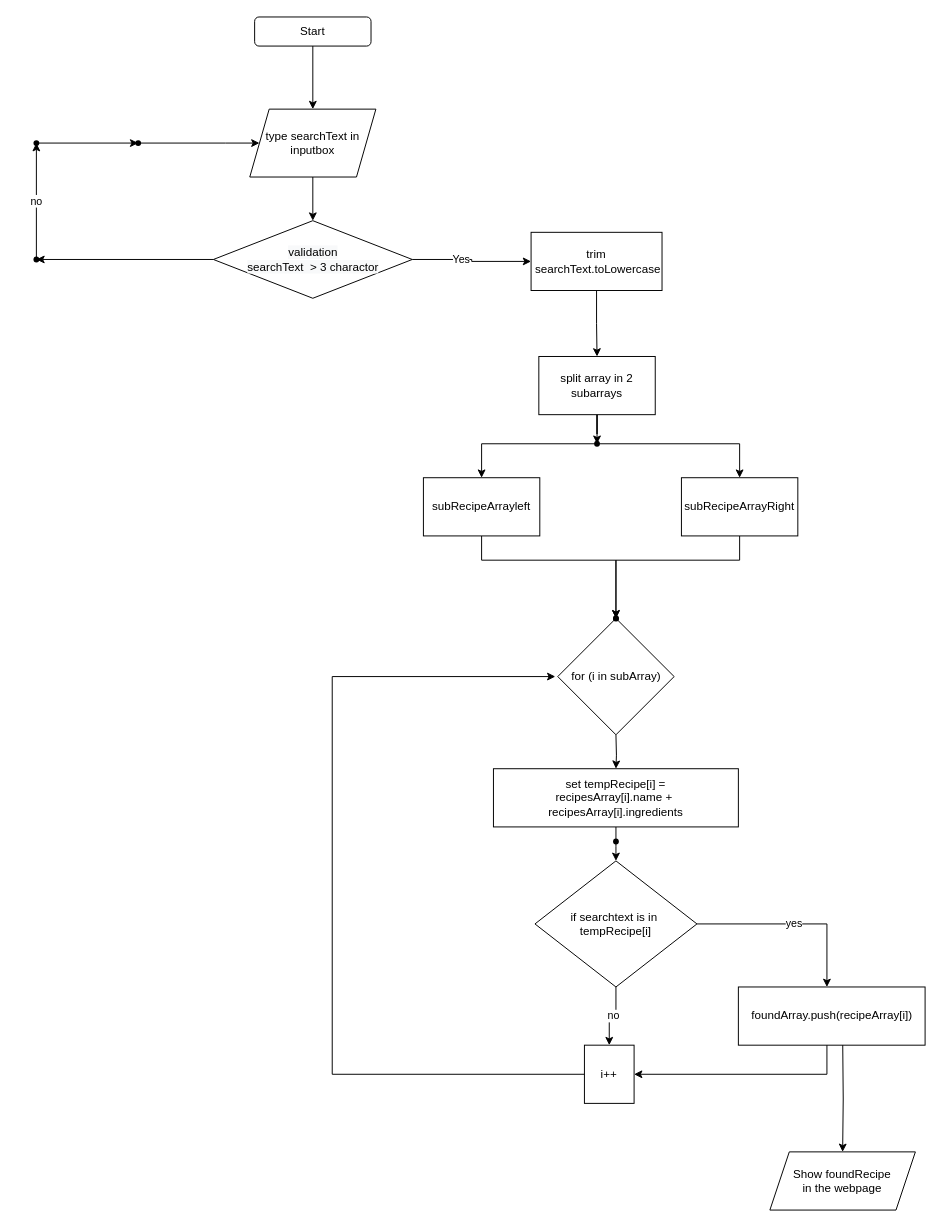
This is page "Page-1" (1 of 2) of algo2.drawio from Kunkanya/KunkanyaRemmer_7_06052021, a draw.io file, before an edit. Source tidied: cells renumbered, new cells numbered last; positions are measured from the earlier drawing's top-left corner, leaving out a move shared by most shapes. Both pictures are drawn from the tidied source at 97%, with x=0, y=0 at pixel (16, 16).
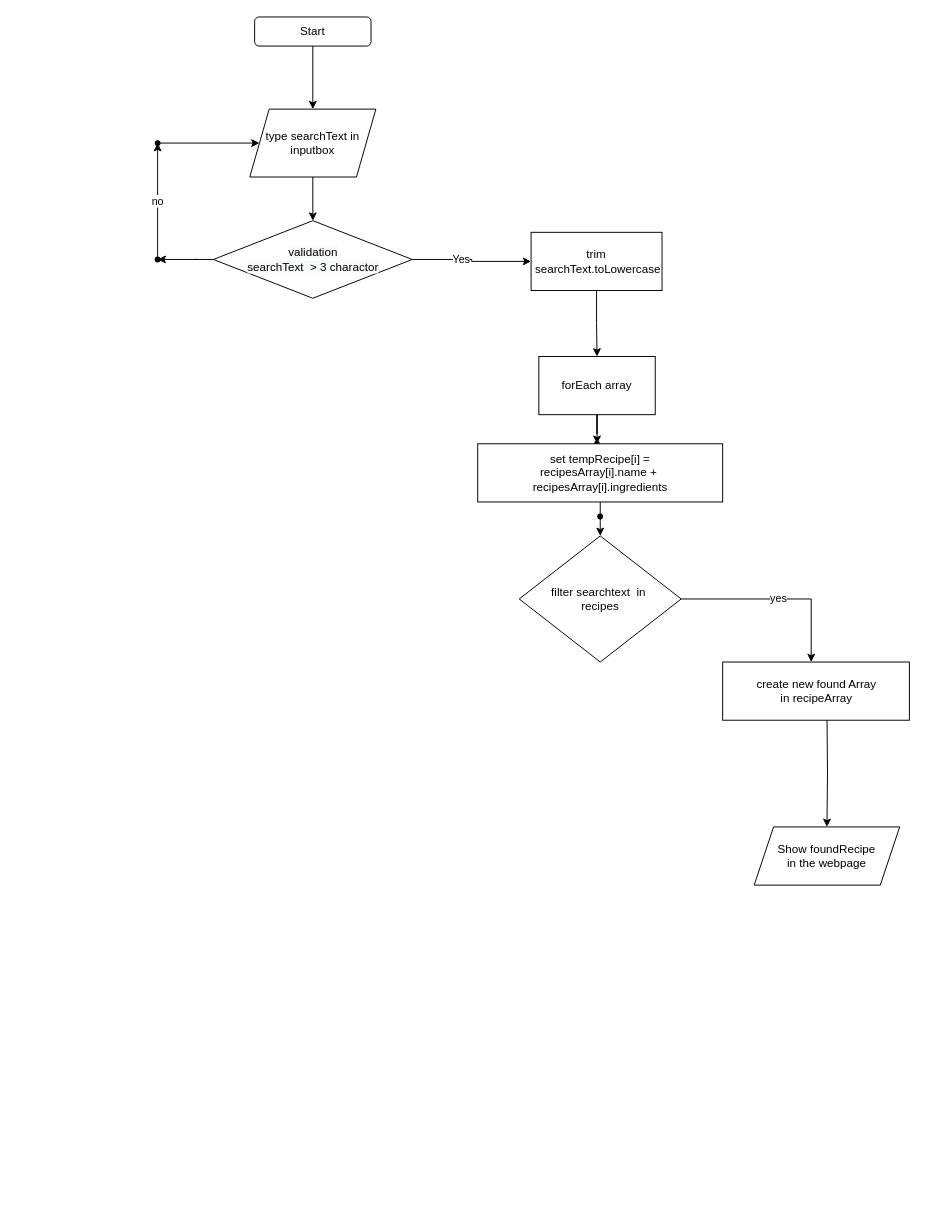
After the change.

Unchanged cells that the change refers to:
```xml
<mxCell id="11" value="&lt;span&gt;type searchText in inputbox&lt;/span&gt;" style="shape=parallelogram;perimeter=parallelogramPerimeter;whiteSpace=wrap;html=1;fixedSize=1;size=20;" parent="1" vertex="1">
  <mxGeometry x="240" y="95" width="130" height="70" as="geometry" />
</mxCell>
<mxCell id="26" style="shape=waypoint;size=6;points=[];fillColor=rgba(255, 255, 255, 1);perimeter=centerPerimeter;snapToPoint=1;rounded=0;" parent="1" vertex="1">
  <mxGeometry x="578" y="420" width="40" height="40" as="geometry" />
</mxCell>
```

The edit, as a diff of the source:
```diff
@@
-    <mxCell id="12" value="no" style="edgeStyle=orthogonalEdgeStyle;rounded=0;jettySize=auto;html=1;" parent="1" edge="1" source="13" target="15">
-      <mxGeometry relative="1" as="geometry" />
-    </mxCell>
+    <mxCell id="43" value="no" style="edgeStyle=orthogonalEdgeStyle;rounded=0;jettySize=auto;html=1;" parent="1" edge="1" source="13" target="45">
+      <mxGeometry relative="1" as="geometry" />
+    </mxCell>
     <mxCell id="13" style="shape=waypoint;size=6;points=[];fillColor=rgba(255, 255, 255, 1);perimeter=centerPerimeter;snapToPoint=1;" parent="1" vertex="1">
-      <mxGeometry y="230" width="40" height="40" as="geometry" />
+      <mxGeometry x="125" y="230" width="40" height="40" as="geometry" />
     </mxCell>
-    <mxCell id="14" style="edgeStyle=orthogonalEdgeStyle;rounded=0;jettySize=auto;html=1;" parent="1" edge="1" source="15" target="17">
-      <mxGeometry relative="1" as="geometry" />
-    </mxCell>
-    <mxCell id="15" style="shape=waypoint;size=6;points=[];fillColor=rgba(255, 255, 255, 1);perimeter=centerPerimeter;snapToPoint=1;" parent="1" vertex="1">
-      <mxGeometry y="110" width="40" height="40" as="geometry" />
-    </mxCell>
-    <mxCell id="16" style="edgeStyle=orthogonalEdgeStyle;rounded=0;jettySize=auto;html=1;" parent="1" edge="1" source="17" target="11">
-      <mxGeometry relative="1" as="geometry">
-        <Array as="points">
-          <mxPoint x="215" y="130" />
-          <mxPoint x="215" y="130" />
-        </Array>
-      </mxGeometry>
-    </mxCell>
-    <mxCell id="17" style="shape=waypoint;size=6;points=[];fillColor=rgba(255, 255, 255, 1);perimeter=centerPerimeter;snapToPoint=1;" parent="1" vertex="1">
-      <mxGeometry x="105" y="110" width="40" height="40" as="geometry" />
-    </mxCell>
@@
-    <mxCell id="19" value="split array in 2 subarrays" style="rounded=0;whiteSpace=wrap;html=1;" parent="1" vertex="1">
+    <mxCell id="19" value="forEach array" style="rounded=0;whiteSpace=wrap;html=1;" parent="1" vertex="1">
       <mxGeometry x="538" y="350" width="120" height="60" as="geometry" />
     </mxCell>
-    <mxCell id="20" style="edgeStyle=orthogonalEdgeStyle;rounded=0;jettySize=auto;html=1;" parent="1" edge="1" source="21" target="41">
-      <mxGeometry relative="1" as="geometry">
-        <Array as="points">
-          <mxPoint x="479" y="560" />
-          <mxPoint x="618" y="560" />
-        </Array>
-      </mxGeometry>
-    </mxCell>
-    <mxCell id="21" value="subRecipeArrayleft" style="rounded=0;whiteSpace=wrap;html=1;" parent="1" vertex="1">
-      <mxGeometry x="419" y="475" width="120" height="60" as="geometry" />
-    </mxCell>
-    <mxCell id="22" style="edgeStyle=orthogonalEdgeStyle;rounded=0;jettySize=auto;html=1;" parent="1" edge="1" source="23" target="42">
-      <mxGeometry relative="1" as="geometry">
-        <Array as="points">
-          <mxPoint x="745" y="560" />
-          <mxPoint x="618" y="560" />
-        </Array>
-      </mxGeometry>
-    </mxCell>
-    <mxCell id="23" value="subRecipeArrayRight" style="rounded=0;whiteSpace=wrap;html=1;" parent="1" vertex="1">
-      <mxGeometry x="685" y="475" width="120" height="60" as="geometry" />
-    </mxCell>
-    <mxCell id="24" style="edgeStyle=orthogonalEdgeStyle;rounded=0;jettySize=auto;html=1;" parent="1" edge="1" source="26" target="21">
-      <mxGeometry relative="1" as="geometry" />
-    </mxCell>
-    <mxCell id="25" style="edgeStyle=orthogonalEdgeStyle;rounded=0;jettySize=auto;html=1;" parent="1" edge="1" source="26" target="23">
-      <mxGeometry relative="1" as="geometry" />
-    </mxCell>
@@
-    <mxCell id="27" value="for (i in subArray)" style="rhombus;whiteSpace=wrap;html=1;rounded=0;" parent="1" vertex="1">
-      <mxGeometry x="557.5" y="620" width="120" height="120" as="geometry" />
-    </mxCell>
-    <mxCell id="28" value="foundArray.push(recipeArray[i])" style="whiteSpace=wrap;html=1;rounded=0;" parent="1" vertex="1">
-      <mxGeometry x="743.7" y="1000" width="192.5" height="60" as="geometry" />
+    <mxCell id="28" value="create new found Array&lt;br&gt;in recipeArray" style="whiteSpace=wrap;html=1;rounded=0;" parent="1" vertex="1">
+      <mxGeometry x="727.5" y="665" width="192.5" height="60" as="geometry" />
     </mxCell>
@@
     <mxCell id="30" value="set tempRecipe[i] = &lt;br&gt;recipesArray[i].name +&amp;nbsp;&lt;br&gt;recipesArray[i].ingredients" style="rounded=0;whiteSpace=wrap;html=1;" parent="1" vertex="1">
-      <mxGeometry x="491.2" y="775" width="252.5" height="60" as="geometry" />
+      <mxGeometry x="475" y="440" width="252.5" height="60" as="geometry" />
     </mxCell>
-    <mxCell id="31" style="edgeStyle=orthogonalEdgeStyle;rounded=0;jettySize=auto;html=1;" parent="1" edge="1" target="30">
-      <mxGeometry relative="1" as="geometry">
-        <mxPoint x="617.5" y="740" as="sourcePoint" />
-      </mxGeometry>
-    </mxCell>
-    <mxCell id="32" style="edgeStyle=orthogonalEdgeStyle;rounded=0;jettySize=auto;html=1;entryX=1;entryY=0.5;entryDx=0;entryDy=0;" parent="1" edge="1" target="38">
-      <mxGeometry relative="1" as="geometry">
-        <mxPoint x="835" y="1060" as="sourcePoint" />
-        <Array as="points">
-          <mxPoint x="835" y="1090" />
-        </Array>
-      </mxGeometry>
-    </mxCell>
     <mxCell id="33" style="edgeStyle=orthogonalEdgeStyle;rounded=0;jettySize=auto;html=1;" parent="1" edge="1" target="40">
       <mxGeometry relative="1" as="geometry">
-        <mxPoint x="851.3" y="1060" as="sourcePoint" />
+        <mxPoint x="835.1" y="725" as="sourcePoint" />
       </mxGeometry>
     </mxCell>
     <mxCell id="34" value="yes" style="edgeStyle=orthogonalEdgeStyle;rounded=0;jettySize=auto;html=1;" parent="1" edge="1" source="36">
       <mxGeometry relative="1" as="geometry">
-        <mxPoint x="835" y="1000" as="targetPoint" />
+        <mxPoint x="818.8" y="665" as="targetPoint" />
         <Array as="points">
-          <mxPoint x="835" y="935" />
+          <mxPoint x="818.8" y="600" />
         </Array>
       </mxGeometry>
     </mxCell>
-    <mxCell id="35" value="no" style="edgeStyle=orthogonalEdgeStyle;rounded=0;jettySize=auto;html=1;" parent="1" edge="1" source="36" target="38">
-      <mxGeometry relative="1" as="geometry" />
-    </mxCell>
-    <mxCell id="36" value="&lt;span&gt;if searchtext is in&amp;nbsp;&lt;br&gt;tempRecipe[i]&lt;br&gt;&lt;/span&gt;" style="rhombus;whiteSpace=wrap;html=1;" parent="1" vertex="1">
-      <mxGeometry x="534" y="870" width="167" height="130" as="geometry" />
+    <mxCell id="36" value="&lt;span&gt;filter searchtext&amp;nbsp; in&amp;nbsp;&lt;br&gt;recipes&lt;br&gt;&lt;/span&gt;" style="rhombus;whiteSpace=wrap;html=1;" parent="1" vertex="1">
+      <mxGeometry x="517.8" y="535" width="167" height="130" as="geometry" />
     </mxCell>
-    <mxCell id="37" style="edgeStyle=orthogonalEdgeStyle;rounded=0;jettySize=auto;html=1;" parent="1" edge="1" source="38">
-      <mxGeometry relative="1" as="geometry">
-        <mxPoint x="555" y="680" as="targetPoint" />
-        <Array as="points">
-          <mxPoint x="325" y="1090" />
-          <mxPoint x="325" y="680" />
-        </Array>
-      </mxGeometry>
-    </mxCell>
-    <mxCell id="38" value="i++" style="rounded=0;whiteSpace=wrap;html=1;" parent="1" vertex="1">
-      <mxGeometry x="585" y="1060" width="51.2" height="60" as="geometry" />
-    </mxCell>
     <mxCell id="39" style="shape=waypoint;size=6;fillColor=rgba(255, 255, 255, 1);perimeter=centerPerimeter;rounded=0;" parent="1" vertex="1">
-      <mxGeometry x="597.5" y="830" width="40" height="40" as="geometry" />
+      <mxGeometry x="581.2" y="495" width="40" height="40" as="geometry" />
     </mxCell>
     <mxCell id="40" value="&lt;span&gt;Show foundRecipe&lt;/span&gt;&lt;br&gt;&lt;span&gt;in the webpage&lt;/span&gt;" style="shape=parallelogram;perimeter=parallelogramPerimeter;whiteSpace=wrap;html=1;fixedSize=1;" parent="1" vertex="1">
-      <mxGeometry x="776.2" y="1170" width="150" height="60" as="geometry" />
+      <mxGeometry x="760" y="835" width="150" height="60" as="geometry" />
     </mxCell>
-    <mxCell id="41" style="shape=waypoint;size=6;points=[];fillColor=rgba(255, 255, 255, 1);perimeter=centerPerimeter;snapToPoint=1;rounded=0;" parent="1" vertex="1">
-      <mxGeometry x="597.5" y="600" width="40" height="40" as="geometry" />
-    </mxCell>
-    <mxCell id="42" style="shape=waypoint;size=6;points=[];fillColor=rgba(255, 255, 255, 1);perimeter=centerPerimeter;snapToPoint=1;rounded=0;" parent="1" vertex="1">
-      <mxGeometry x="597.5" y="600" width="40" height="40" as="geometry" />
-    </mxCell>
+    <mxCell id="44" style="edgeStyle=orthogonalEdgeStyle;rounded=0;jettySize=auto;html=1;" parent="1" edge="1" source="45" target="11">
+      <mxGeometry relative="1" as="geometry" />
+    </mxCell>
+    <mxCell id="45" style="shape=waypoint;size=6;points=[];fillColor=rgba(255, 255, 255, 1);perimeter=centerPerimeter;snapToPoint=1;" parent="1" vertex="1">
+      <mxGeometry x="125" y="110" width="40" height="40" as="geometry" />
+    </mxCell>
```
